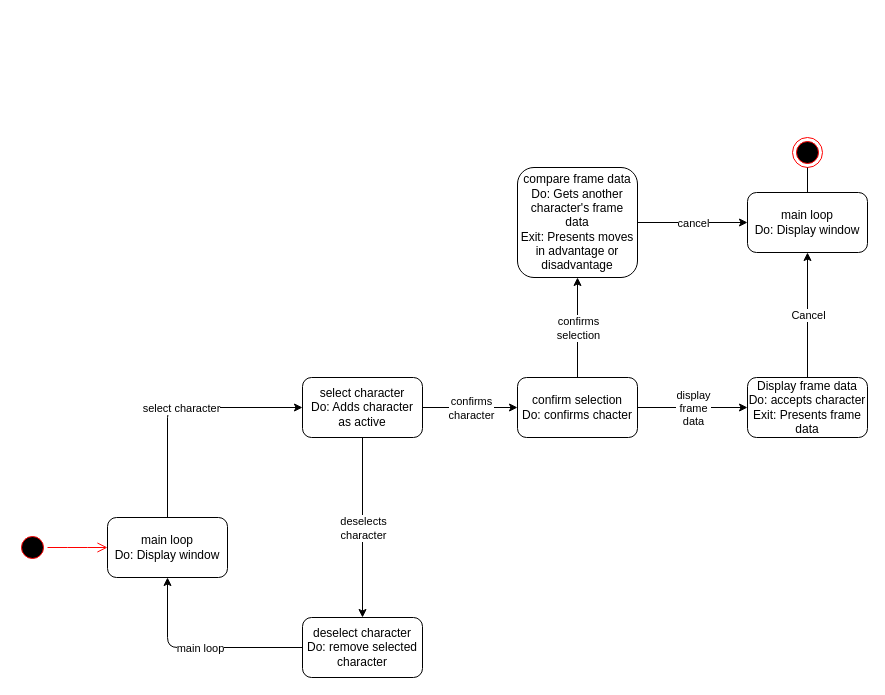
aramis-matos/SkyboundDB keeps this draw.io diagram as Models/Behavioral Diagram.drawio. Above is the earlier version. Source tidied: cells renumbered, new cells numbered last; positions are measured from the earlier drawing's top-left corner, leaving out a move shared by most shapes. Both pictures are drawn from the tidied source at 100%, with x=0, y=0 at pixel (17, 137).
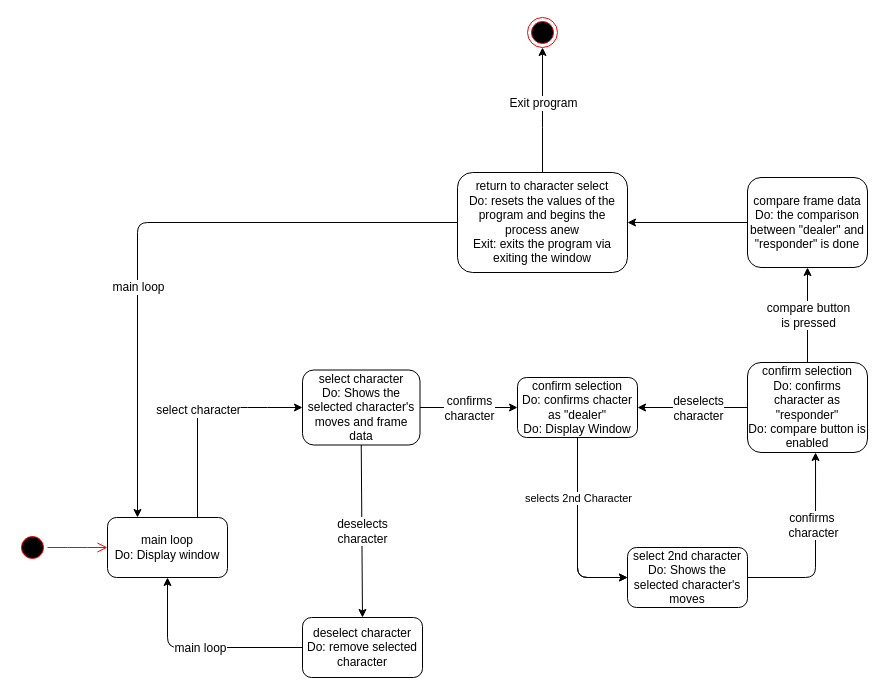
The same diagram, later.

The change refers to these unchanged cells:
```xml
<mxCell id="2" value="&lt;div&gt;main loop&lt;/div&gt;&lt;div&gt;Do: Display window&lt;br&gt;&lt;/div&gt;" style="rounded=1;whiteSpace=wrap;html=1;" parent="1" vertex="1">
  <mxGeometry x="90" y="380" width="120" height="60" as="geometry" />
</mxCell>
<mxCell id="13" style="endArrow=classic;html=1;exitX=0;exitY=0.5;exitDx=0;exitDy=0;entryX=0.5;entryY=1;entryDx=0;entryDy=0;" parent="1" edge="1" source="6" target="2">
  <mxGeometry relative="1" as="geometry">
    <Array as="points">
      <mxPoint x="150" y="510" />
    </Array>
  </mxGeometry>
</mxCell>
<mxCell id="15" style="endArrow=classic;html=1;exitX=1;exitY=0.5;exitDx=0;exitDy=0;entryX=0;entryY=0.5;entryDx=0;entryDy=0;" parent="1" edge="1" source="5" target="8">
  <mxGeometry relative="1" as="geometry" />
</mxCell>
<mxCell id="17" style="endArrow=classic;html=1;exitX=0.5;exitY=1;exitDx=0;exitDy=0;entryX=0.5;entryY=0;entryDx=0;entryDy=0;" parent="1" edge="1" source="5" target="6">
  <mxGeometry relative="1" as="geometry" />
</mxCell>
```

The edit, as a diff of the source:
```diff
@@
-    <mxCell id="5" value="&lt;div&gt;select character&lt;/div&gt;&lt;div&gt;Do: Adds character as active&lt;br&gt;&lt;/div&gt;" style="rounded=1;whiteSpace=wrap;html=1;" parent="1" vertex="1">
-      <mxGeometry x="285" y="240" width="120" height="60" as="geometry" />
+    <mxCell id="5" value="&lt;div&gt;select character&lt;/div&gt;&lt;div&gt;Do: Shows the selected character's moves and frame data&lt;br&gt;&lt;/div&gt;" style="rounded=1;whiteSpace=wrap;html=1;" parent="1" vertex="1">
+      <mxGeometry x="285" y="232.5" width="117.5" height="75" as="geometry" />
     </mxCell>
@@
+    <mxCell id="29" style="edgeStyle=orthogonalEdgeStyle;rounded=1;jettySize=auto;html=1;entryX=0.5;entryY=1;entryDx=0;entryDy=0;fontSize=12;exitX=0.5;exitY=0;exitDx=0;exitDy=0;" parent="1" edge="1" source="43" target="27">
+      <mxGeometry relative="1" as="geometry">
+        <Array as="points">
+          <mxPoint x="525" y="-20" />
+          <mxPoint x="525" y="-20" />
+        </Array>
+      </mxGeometry>
+    </mxCell>
+    <mxCell id="30" value="Exit program" style="edgeLabel;html=1;align=center;verticalAlign=middle;fontSize=12;" parent="29" vertex="1">
+      <mxGeometry x="0.31" y="-3" relative="1" as="geometry">
+        <mxPoint x="-3" y="12" as="offset" />
+      </mxGeometry>
+    </mxCell>
+    <mxCell id="31" style="edgeStyle=orthogonalEdgeStyle;rounded=1;jettySize=auto;html=1;entryX=0.25;entryY=0;entryDx=0;entryDy=0;fontSize=12;exitX=0;exitY=0.5;exitDx=0;exitDy=0;" parent="1" edge="1" source="43" target="2">
+      <mxGeometry relative="1" as="geometry" />
+    </mxCell>
+    <mxCell id="32" value="main loop" style="edgeLabel;html=1;align=center;verticalAlign=middle;fontSize=12;" parent="31" vertex="1">
+      <mxGeometry x="0.25" relative="1" as="geometry" />
+    </mxCell>
+    <mxCell id="33" style="edgeStyle=orthogonalEdgeStyle;rounded=1;jettySize=auto;html=1;entryX=1;entryY=0.5;entryDx=0;entryDy=0;fontSize=12;" parent="1" edge="1" source="7" target="43">
+      <mxGeometry relative="1" as="geometry" />
+    </mxCell>
-    <mxCell id="7" value="&lt;div&gt;compare frame data&lt;/div&gt;&lt;div&gt;Do: Gets another character's frame data&lt;/div&gt;&lt;div&gt;Exit: Presents moves in advantage or disadvantage&lt;br&gt;&lt;/div&gt;" style="rounded=1;whiteSpace=wrap;html=1;" parent="1" vertex="1">
-      <mxGeometry x="500" y="30" width="120" height="110" as="geometry" />
+    <mxCell id="7" value="&lt;div&gt;compare frame data&lt;/div&gt;&lt;div&gt;Do: the comparison between &quot;dealer&quot; and &quot;responder&quot; is done&lt;/div&gt;" style="rounded=1;whiteSpace=wrap;html=1;" parent="1" vertex="1">
+      <mxGeometry x="730" y="40" width="120" height="90" as="geometry" />
     </mxCell>
+    <mxCell id="34" style="edgeStyle=orthogonalEdgeStyle;rounded=1;jettySize=auto;html=1;entryX=0;entryY=0.5;entryDx=0;entryDy=0;" parent="1" edge="1" target="39">
+      <mxGeometry relative="1" as="geometry">
+        <mxPoint x="560" y="380" as="sourcePoint" />
+        <Array as="points">
+          <mxPoint x="560" y="440" />
+        </Array>
+      </mxGeometry>
+    </mxCell>
+    <mxCell id="35" style="edgeStyle=orthogonalEdgeStyle;rounded=1;jettySize=auto;html=1;entryX=0;entryY=0.5;entryDx=0;entryDy=0;" parent="1" edge="1" source="8" target="39">
+      <mxGeometry relative="1" as="geometry" />
+    </mxCell>
+    <mxCell id="36" value="selects 2nd Character" style="edgeLabel;html=1;align=center;verticalAlign=middle;" parent="35" vertex="1">
+      <mxGeometry x="-0.61" y="4" relative="1" as="geometry">
+        <mxPoint x="-4" y="23" as="offset" />
+      </mxGeometry>
+    </mxCell>
-    <mxCell id="8" value="&lt;div&gt;confirm selection&lt;/div&gt;&lt;div&gt;Do: confirms chacter&lt;br&gt;&lt;/div&gt;" style="rounded=1;whiteSpace=wrap;html=1;" parent="1" vertex="1">
+    <mxCell id="8" value="&lt;div&gt;confirm selection&lt;/div&gt;&lt;div&gt;Do: confirms chacter as &quot;dealer&quot;&lt;/div&gt;&lt;div&gt;Do: Display Window&lt;/div&gt;" style="rounded=1;whiteSpace=wrap;html=1;" parent="1" vertex="1">
       <mxGeometry x="500" y="240" width="120" height="60" as="geometry" />
     </mxCell>
-    <mxCell id="9" value="&lt;div&gt;main loop&lt;/div&gt;&lt;div&gt;Do: Display window&lt;br&gt;&lt;/div&gt;" style="rounded=1;whiteSpace=wrap;html=1;" parent="1" vertex="1">
-      <mxGeometry x="730" y="55" width="120" height="60" as="geometry" />
-    </mxCell>
-    <mxCell id="10" value="&lt;div&gt;Display frame data&lt;/div&gt;&lt;div&gt;Do: accepts character&lt;/div&gt;&lt;div&gt;Exit: Presents frame data&lt;br&gt;&lt;/div&gt;" style="rounded=1;whiteSpace=wrap;html=1;" parent="1" vertex="1">
-      <mxGeometry x="730" y="240" width="120" height="60" as="geometry" />
-    </mxCell>
-    <mxCell id="11" style="endArrow=classic;html=1;exitX=0.5;exitY=0;exitDx=0;exitDy=0;entryX=0;entryY=0.5;entryDx=0;entryDy=0;" parent="1" edge="1" source="2" target="5">
+    <mxCell id="11" style="endArrow=classic;html=1;exitX=0.75;exitY=0;exitDx=0;exitDy=0;entryX=0;entryY=0.5;entryDx=0;entryDy=0;" parent="1" edge="1" source="2" target="5">
       <mxGeometry relative="1" as="geometry">
         <Array as="points">
-          <mxPoint x="150" y="270" />
+          <mxPoint x="180" y="270" />
+          <mxPoint x="240" y="270" />
         </Array>
       </mxGeometry>
     </mxCell>
-    <mxCell id="12" value="select character" style="edgeLabel;html=1;align=center;verticalAlign=middle;" parent="11" vertex="1">
+    <mxCell id="12" value="&lt;font style=&quot;font-size: 12px&quot;&gt;select character&lt;/font&gt;" style="edgeLabel;html=1;align=center;verticalAlign=middle;" parent="11" vertex="1">
       <mxGeometry relative="1" as="geometry" />
     </mxCell>
@@
-    <mxCell id="14" value="main loop" style="edgeLabel;html=1;align=center;verticalAlign=middle;" parent="13" vertex="1">
+    <mxCell id="14" value="&lt;font style=&quot;font-size: 12px&quot;&gt;main loop&lt;/font&gt;" style="edgeLabel;html=1;align=center;verticalAlign=middle;" parent="13" vertex="1">
       <mxGeometry relative="1" as="geometry" />
     </mxCell>
@@
-    <mxCell id="16" value="&lt;div&gt;confirms&lt;/div&gt;&lt;div&gt;character&lt;br&gt;&lt;/div&gt;" style="edgeLabel;html=1;align=center;verticalAlign=middle;" parent="15" vertex="1">
+    <mxCell id="16" value="&lt;div style=&quot;font-size: 12px&quot;&gt;&lt;font style=&quot;font-size: 12px&quot;&gt;confirms&lt;/font&gt;&lt;/div&gt;&lt;div style=&quot;font-size: 12px&quot;&gt;&lt;font style=&quot;font-size: 12px&quot;&gt;character&lt;/font&gt;&lt;br&gt;&lt;/div&gt;" style="edgeLabel;html=1;align=center;verticalAlign=middle;" parent="15" vertex="1">
       <mxGeometry relative="1" as="geometry" />
     </mxCell>
@@
-    <mxCell id="18" value="&lt;div&gt;deselects&lt;/div&gt;&lt;div&gt;character&lt;br&gt;&lt;/div&gt;" style="edgeLabel;html=1;align=center;verticalAlign=middle;" parent="17" vertex="1">
+    <mxCell id="18" value="&lt;div style=&quot;font-size: 12px&quot;&gt;&lt;font style=&quot;font-size: 12px&quot;&gt;deselects&lt;/font&gt;&lt;/div&gt;&lt;div style=&quot;font-size: 12px&quot;&gt;&lt;font style=&quot;font-size: 12px&quot;&gt;character&lt;/font&gt;&lt;br&gt;&lt;/div&gt;" style="edgeLabel;html=1;align=center;verticalAlign=middle;" parent="17" vertex="1">
       <mxGeometry relative="1" as="geometry" />
     </mxCell>
-    <mxCell id="19" style="endArrow=classic;html=1;exitX=1;exitY=0.5;exitDx=0;exitDy=0;entryX=0;entryY=0.5;entryDx=0;entryDy=0;" parent="1" edge="1" source="8" target="10">
-      <mxGeometry relative="1" as="geometry" />
-    </mxCell>
-    <mxCell id="20" value="&lt;div&gt;display&lt;/div&gt;&lt;div&gt;frame&lt;/div&gt;&lt;div&gt;data&lt;br&gt;&lt;/div&gt;" style="edgeLabel;html=1;align=center;verticalAlign=middle;" parent="19" vertex="1">
-      <mxGeometry relative="1" as="geometry" />
-    </mxCell>
-    <mxCell id="21" style="endArrow=classic;html=1;exitX=1;exitY=0.5;exitDx=0;exitDy=0;entryX=0;entryY=0.5;entryDx=0;entryDy=0;" parent="1" edge="1" source="7" target="9">
-      <mxGeometry relative="1" as="geometry" />
-    </mxCell>
-    <mxCell id="22" value="cancel" style="edgeLabel;html=1;align=center;verticalAlign=middle;" parent="21" vertex="1">
-      <mxGeometry relative="1" as="geometry" />
-    </mxCell>
-    <mxCell id="23" style="endArrow=classic;html=1;exitX=0.5;exitY=0;exitDx=0;exitDy=0;entryX=0.5;entryY=1;entryDx=0;entryDy=0;" parent="1" edge="1" source="10" target="9">
-      <mxGeometry relative="1" as="geometry" />
-    </mxCell>
-    <mxCell id="24" value="Cancel" style="edgeLabel;html=1;align=center;verticalAlign=middle;" parent="23" vertex="1">
-      <mxGeometry relative="1" as="geometry" />
-    </mxCell>
-    <mxCell id="25" style="endArrow=classic;html=1;exitX=0.5;exitY=0;exitDx=0;exitDy=0;entryX=0.5;entryY=1;entryDx=0;entryDy=0;" parent="1" edge="1" source="8" target="7">
+    <mxCell id="25" style="endArrow=classic;html=1;entryX=0.5;entryY=1;entryDx=0;entryDy=0;exitX=0.5;exitY=0;exitDx=0;exitDy=0;" parent="1" edge="1" source="42" target="7">
       <mxGeometry relative="1" as="geometry" />
     </mxCell>
-    <mxCell id="26" value="&lt;div&gt;confirms&lt;/div&gt;&lt;div&gt;selection&lt;/div&gt;" style="edgeLabel;html=1;align=center;verticalAlign=middle;" parent="25" vertex="1">
+    <mxCell id="26" value="&lt;font style=&quot;font-size: 12px&quot;&gt;compare button&lt;br&gt;is pressed&lt;/font&gt;" style="edgeLabel;html=1;align=center;verticalAlign=middle;" parent="25" vertex="1">
       <mxGeometry relative="1" as="geometry" />
     </mxCell>
     <mxCell id="27" style="ellipse;html=1;shape=endState;fillColor=#000000;strokeColor=#ff0000;" parent="1" vertex="1">
-      <mxGeometry x="775" width="30" height="30" as="geometry" />
+      <mxGeometry x="510" y="-120" width="30" height="30" as="geometry" />
     </mxCell>
-    <mxCell id="28" style="endArrow=none;html=1;entryX=0.5;entryY=0;entryDx=0;entryDy=0;exitX=0.5;exitY=1;exitDx=0;exitDy=0;" parent="1" edge="1" source="27" target="9">
-      <mxGeometry relative="1" as="geometry" />
-    </mxCell>
+    <mxCell id="37" style="edgeStyle=orthogonalEdgeStyle;rounded=1;jettySize=auto;html=1;entryX=0.567;entryY=1;entryDx=0;entryDy=0;entryPerimeter=0;" parent="1" edge="1" source="39" target="42">
+      <mxGeometry relative="1" as="geometry">
+        <Array as="points">
+          <mxPoint x="798" y="440" />
+        </Array>
+      </mxGeometry>
+    </mxCell>
+    <mxCell id="38" value="&lt;font style=&quot;font-size: 12px&quot;&gt;confirms&amp;nbsp;&lt;br&gt;&lt;font style=&quot;font-size: 12px&quot;&gt;character&lt;/font&gt;&lt;/font&gt;" style="edgeLabel;html=1;align=center;verticalAlign=middle;" parent="37" vertex="1">
+      <mxGeometry x="0.11" relative="1" as="geometry">
+        <mxPoint x="-3" y="-14" as="offset" />
+      </mxGeometry>
+    </mxCell>
+    <mxCell id="39" value="&lt;div&gt;select 2nd character&lt;/div&gt;&lt;div&gt;Do: Shows the selected character's moves&lt;br&gt;&lt;/div&gt;" style="rounded=1;whiteSpace=wrap;html=1;" parent="1" vertex="1">
+      <mxGeometry x="610" y="410" width="120" height="60" as="geometry" />
+    </mxCell>
+    <mxCell id="40" style="edgeStyle=orthogonalEdgeStyle;jettySize=auto;html=1;entryX=1;entryY=0.5;entryDx=0;entryDy=0;rounded=1;" parent="1" edge="1" source="42" target="8">
+      <mxGeometry relative="1" as="geometry" />
+    </mxCell>
+    <mxCell id="41" value="deselects&lt;br style=&quot;font-size: 12px;&quot;&gt;character" style="edgeLabel;html=1;align=center;verticalAlign=middle;fontSize=12;" parent="40" vertex="1">
+      <mxGeometry x="0.1" y="-1" relative="1" as="geometry">
+        <mxPoint x="11" y="1" as="offset" />
+      </mxGeometry>
+    </mxCell>
+    <mxCell id="42" value="confirm selection&lt;br&gt;Do: confirms character as &quot;responder&quot;&lt;br&gt;Do: compare button is enabled" style="rounded=1;whiteSpace=wrap;html=1;" parent="1" vertex="1">
+      <mxGeometry x="730" y="225" width="120" height="90" as="geometry" />
+    </mxCell>
+    <mxCell id="43" value="return to character select&lt;br&gt;Do: resets the values of the program and begins the process anew&lt;br&gt;Exit: exits the program via exiting the window" style="rounded=1;whiteSpace=wrap;html=1;fontSize=12;" parent="1" vertex="1">
+      <mxGeometry x="440" y="35" width="170" height="100" as="geometry" />
+    </mxCell>
```
